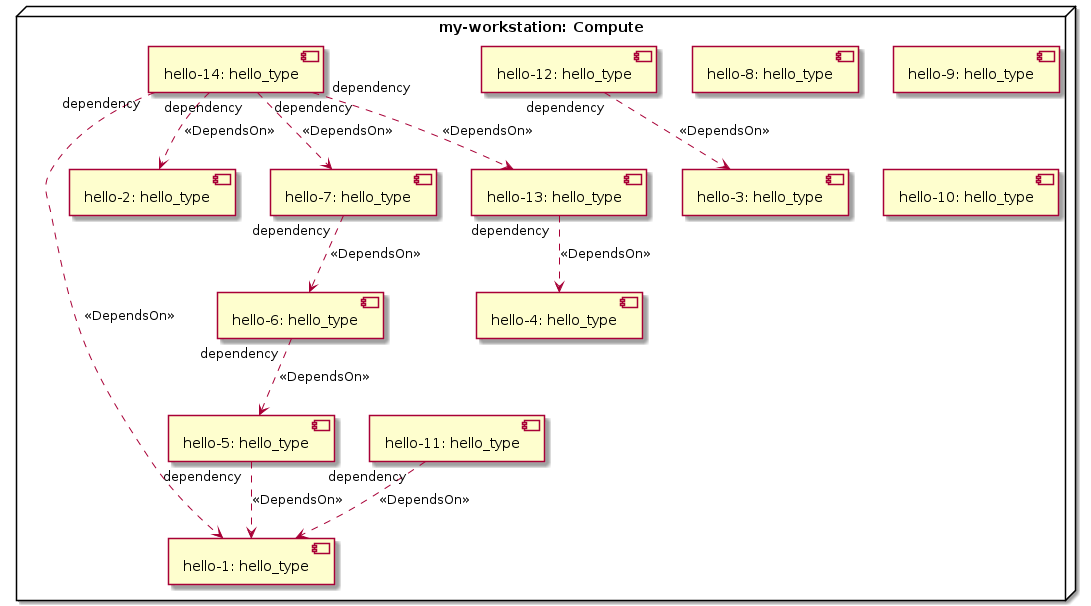
Before: diagrams/misc-concurrency-service-uml2-deployment-diagram.png, a diagram exported from PlantUML (xlab-si/xopera-examples).
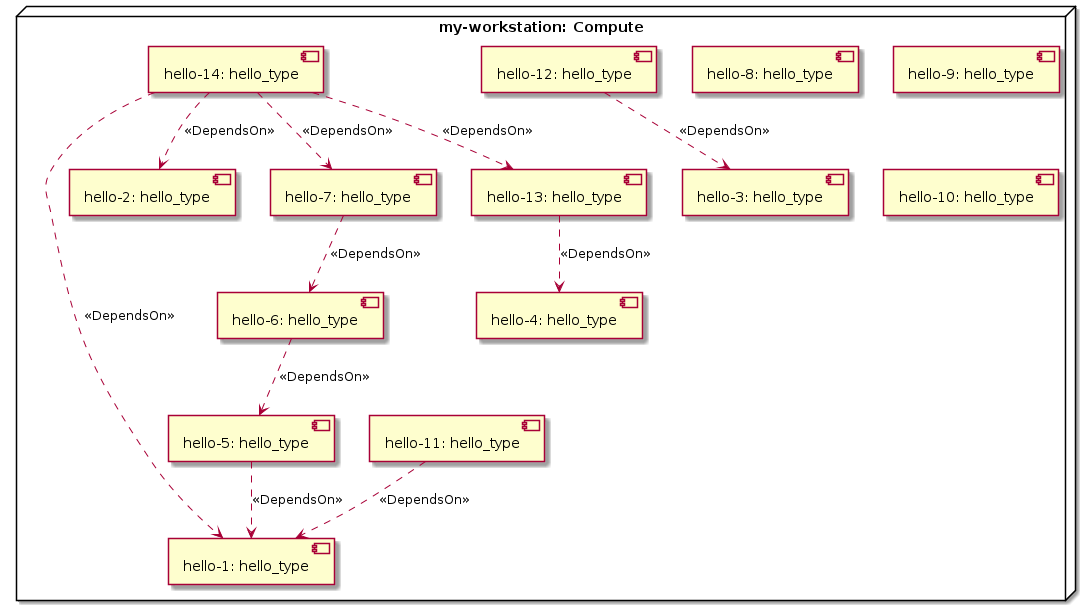
The same diagram one commit later.

The edit, as a diff of the source:
```diff
@@ -17,14 +17,14 @@
 component "hello-13: hello_type" as node_hello_13
 component "hello-14: hello_type" as node_hello_14
 }
-node_hello_5 "dependency" ..> node_hello_1 : <<DependsOn>>
-node_hello_6 "dependency" ..> node_hello_5 : <<DependsOn>>
-node_hello_7 "dependency" ..> node_hello_6 : <<DependsOn>>
-node_hello_11 "dependency" ..> node_hello_1 : <<DependsOn>>
-node_hello_12 "dependency" ..> node_hello_3 : <<DependsOn>>
-node_hello_13 "dependency" ..> node_hello_4 : <<DependsOn>>
-node_hello_14 "dependency" ..> node_hello_1 : <<DependsOn>>
-node_hello_14 "dependency" ..> node_hello_2 : <<DependsOn>>
-node_hello_14 "dependency" ..> node_hello_7 : <<DependsOn>>
-node_hello_14 "dependency" ..> node_hello_13 : <<DependsOn>>
+node_hello_5 ..> node_hello_1 : <<DependsOn>>
+node_hello_6 ..> node_hello_5 : <<DependsOn>>
+node_hello_7 ..> node_hello_6 : <<DependsOn>>
+node_hello_11 ..> node_hello_1 : <<DependsOn>>
+node_hello_12 ..> node_hello_3 : <<DependsOn>>
+node_hello_13 ..> node_hello_4 : <<DependsOn>>
+node_hello_14 ..> node_hello_1 : <<DependsOn>>
+node_hello_14 ..> node_hello_2 : <<DependsOn>>
+node_hello_14 ..> node_hello_7 : <<DependsOn>>
+node_hello_14 ..> node_hello_13 : <<DependsOn>>
 @enduml
```
